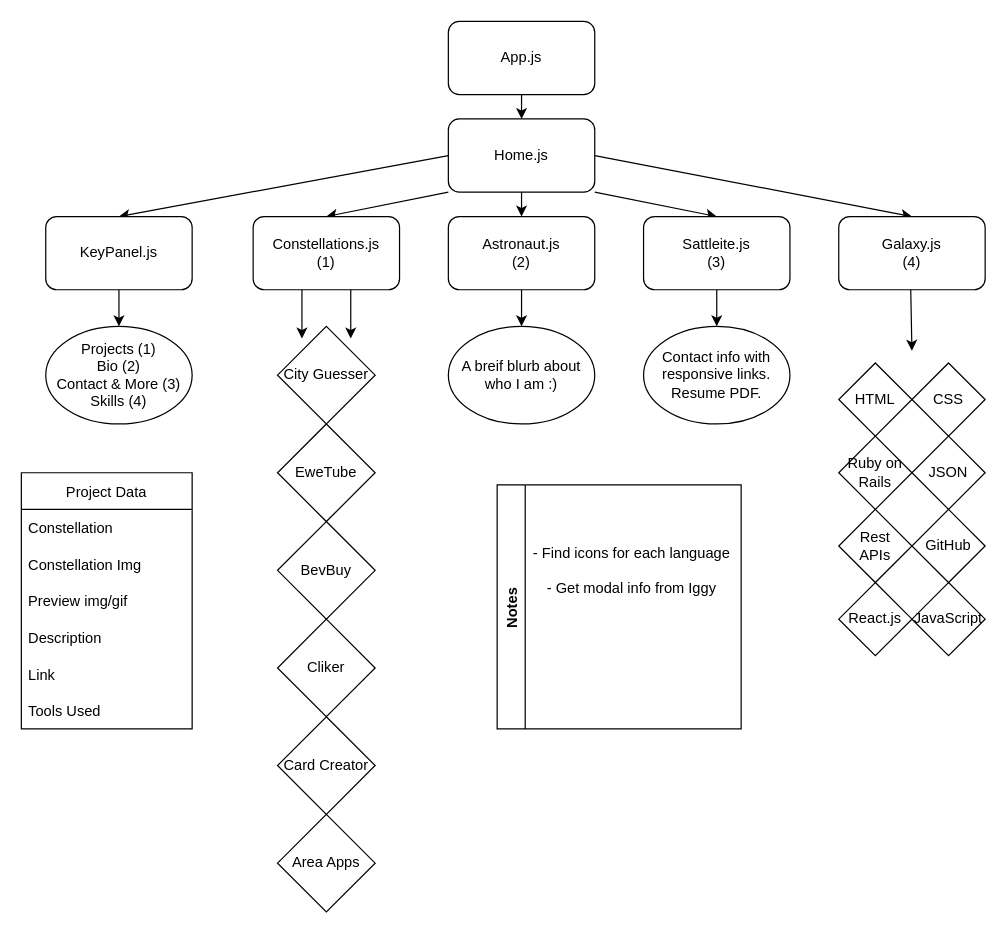
Before: src/wireframe.drawio in peachyGB/me, a draw.io diagram. Source tidied: cells renumbered, new cells numbered last; positions are measured from the earlier drawing's top-left corner, leaving out a move shared by most shapes. Both pictures are drawn from the tidied source at 122%, with x=0, y=0 at pixel (21, 21).
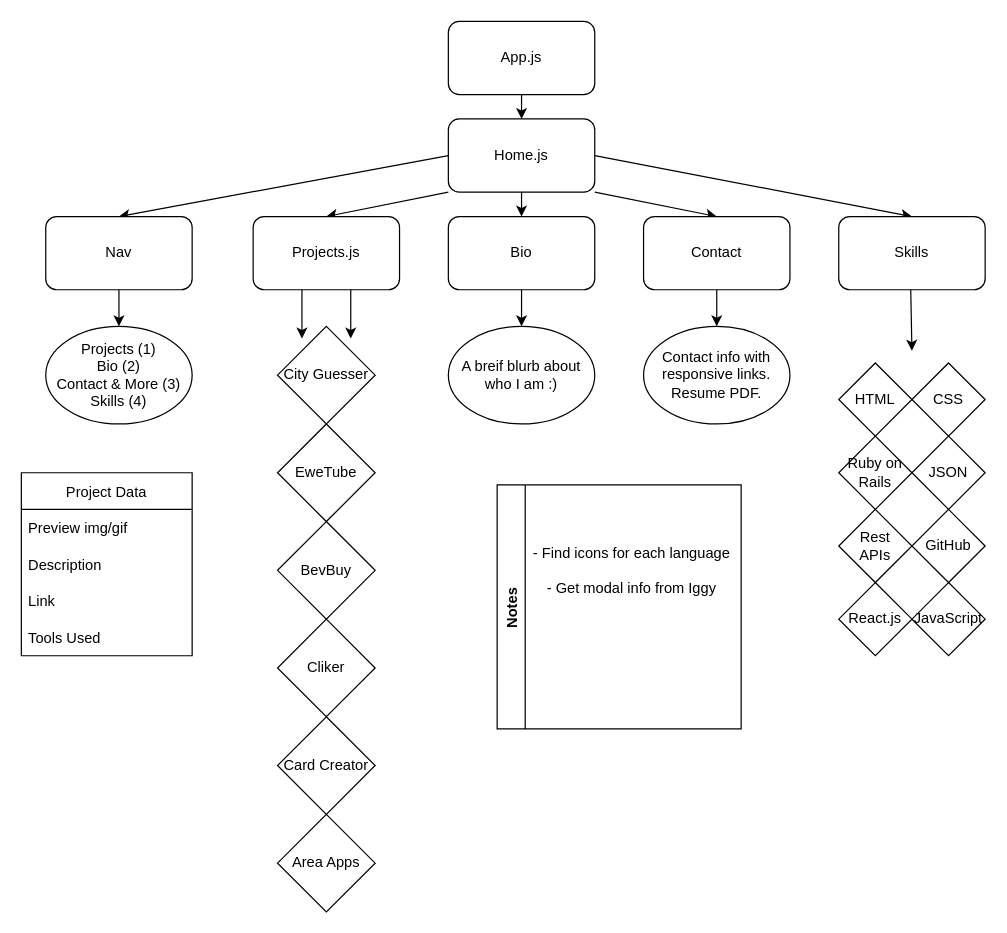
The same diagram, later.

Diff of the diagram source:
```diff
@@
-    <mxCell id="10" value="Constellations.js&lt;br&gt;(1)" style="rounded=1;whiteSpace=wrap;html=1;" parent="1" vertex="1">
+    <mxCell id="10" value="Projects.js" style="rounded=1;whiteSpace=wrap;html=1;" parent="1" vertex="1">
       <mxGeometry x="190" y="160" width="120" height="60" as="geometry" />
     </mxCell>
@@
-    <mxCell id="12" value="Sattleite.js&lt;br&gt;(3)" style="rounded=1;whiteSpace=wrap;html=1;" parent="1" vertex="1">
+    <mxCell id="12" value="Contact" style="rounded=1;whiteSpace=wrap;html=1;" parent="1" vertex="1">
       <mxGeometry x="510" y="160" width="120" height="60" as="geometry" />
     </mxCell>
@@
-    <mxCell id="14" value="Astronaut.js&lt;br&gt;(2)" style="rounded=1;whiteSpace=wrap;html=1;" parent="1" vertex="1">
+    <mxCell id="14" value="Bio" style="rounded=1;whiteSpace=wrap;html=1;" parent="1" vertex="1">
       <mxGeometry x="350" y="160" width="120" height="60" as="geometry" />
     </mxCell>
-    <mxCell id="15" value="Galaxy.js&lt;br&gt;(4)" style="rounded=1;whiteSpace=wrap;html=1;" parent="1" vertex="1">
+    <mxCell id="15" value="Skills" style="rounded=1;whiteSpace=wrap;html=1;" parent="1" vertex="1">
       <mxGeometry x="670" y="160" width="120" height="60" as="geometry" />
     </mxCell>
@@
-    <mxCell id="17" value="KeyPanel.js" style="rounded=1;whiteSpace=wrap;html=1;" parent="1" vertex="1">
+    <mxCell id="17" value="Nav" style="rounded=1;whiteSpace=wrap;html=1;" parent="1" vertex="1">
       <mxGeometry x="20" y="160" width="120" height="60" as="geometry" />
     </mxCell>
@@
     <mxCell id="38" value="Project Data" style="swimlane;fontStyle=0;horizontal=1;startSize=30;" parent="1" vertex="1">
-      <mxGeometry y="370" width="140" height="210" as="geometry" />
+      <mxGeometry y="370" width="140" height="150" as="geometry" />
     </mxCell>
-    <mxCell id="39" value="Constellation" style="text;strokeColor=none;fillColor=none;align=left;verticalAlign=middle;spacingLeft=4;spacingRight=4;overflow=hidden;" parent="38" vertex="1">
-      <mxGeometry y="30" width="140" height="30" as="geometry" />
-    </mxCell>
-    <mxCell id="40" value="Constellation Img" style="text;strokeColor=none;fillColor=none;align=left;verticalAlign=middle;spacingLeft=4;spacingRight=4;overflow=hidden;" parent="38" vertex="1">
-      <mxGeometry y="60" width="140" height="30" as="geometry" />
-    </mxCell>
     <mxCell id="41" value="Preview img/gif" style="text;strokeColor=none;fillColor=none;align=left;verticalAlign=middle;spacingLeft=4;spacingRight=4;overflow=hidden;" parent="38" vertex="1">
-      <mxGeometry y="90" width="140" height="30" as="geometry" />
+      <mxGeometry y="30" width="140" height="30" as="geometry" />
     </mxCell>
     <mxCell id="42" value="Description" style="text;strokeColor=none;fillColor=none;align=left;verticalAlign=middle;spacingLeft=4;spacingRight=4;overflow=hidden;" parent="38" vertex="1">
-      <mxGeometry y="120" width="140" height="30" as="geometry" />
+      <mxGeometry y="60" width="140" height="30" as="geometry" />
     </mxCell>
     <mxCell id="43" value="Link" style="text;strokeColor=none;fillColor=none;align=left;verticalAlign=middle;spacingLeft=4;spacingRight=4;overflow=hidden;" parent="38" vertex="1">
-      <mxGeometry y="150" width="140" height="30" as="geometry" />
+      <mxGeometry y="90" width="140" height="30" as="geometry" />
     </mxCell>
     <mxCell id="44" value="Tools Used" style="text;strokeColor=none;fillColor=none;align=left;verticalAlign=middle;spacingLeft=4;spacingRight=4;overflow=hidden;" parent="38" vertex="1">
-      <mxGeometry y="180" width="140" height="30" as="geometry" />
+      <mxGeometry y="120" width="140" height="30" as="geometry" />
     </mxCell>
```
